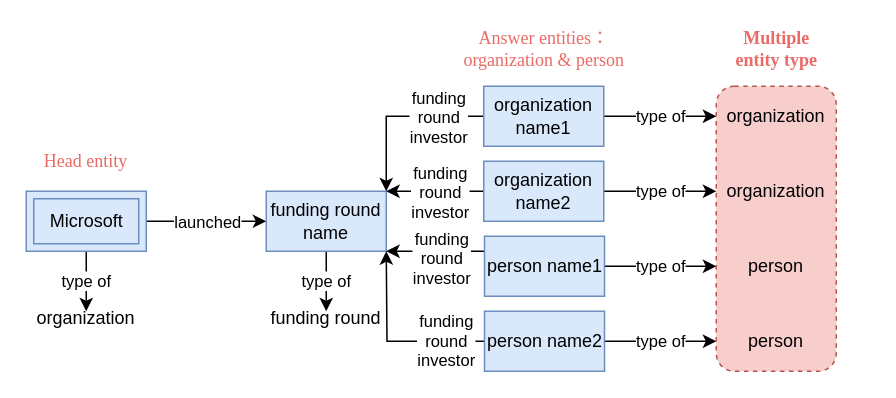
Earlier version of the draw.io diagram constraint5.drawio (SilvesterYu/FinQA_Vis). Source tidied: cells renumbered, new cells numbered last; positions are measured from the earlier drawing's top-left corner, leaving out a move shared by most shapes. Both pictures are drawn from the tidied source at 150%, with x=0, y=0 at pixel (26, 26).
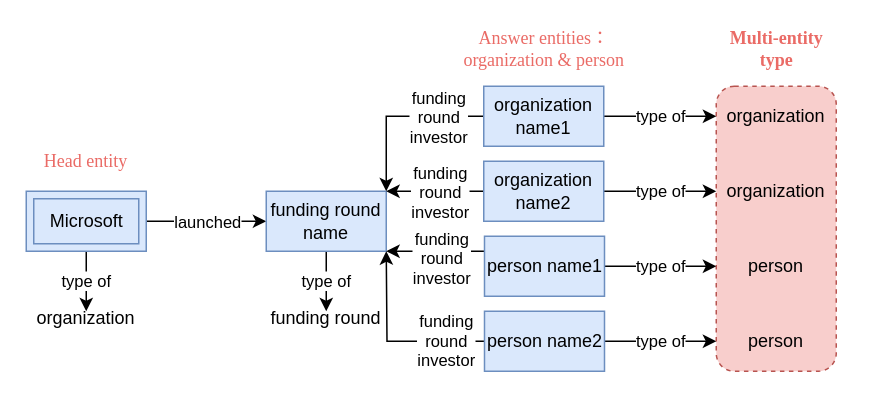
Above is the later version.

What changed in the source:
```diff
@@
-    <mxCell id="33" value="&lt;b&gt;Multiple&lt;br&gt;entity type&lt;/b&gt;" style="text;html=1;strokeColor=none;fillColor=none;align=center;verticalAlign=middle;whiteSpace=wrap;rounded=0;dashed=1;fontFamily=Times New Roman;fontColor=#EA6B66;" parent="1" vertex="1">
+    <mxCell id="33" value="&lt;b&gt;Multi-entity&lt;br&gt;type&lt;/b&gt;" style="text;html=1;strokeColor=none;fillColor=none;align=center;verticalAlign=middle;whiteSpace=wrap;rounded=0;dashed=1;fontFamily=Times New Roman;fontColor=#EA6B66;" parent="1" vertex="1">
       <mxGeometry x="437.5" width="125" height="30" as="geometry" />
     </mxCell>
```
